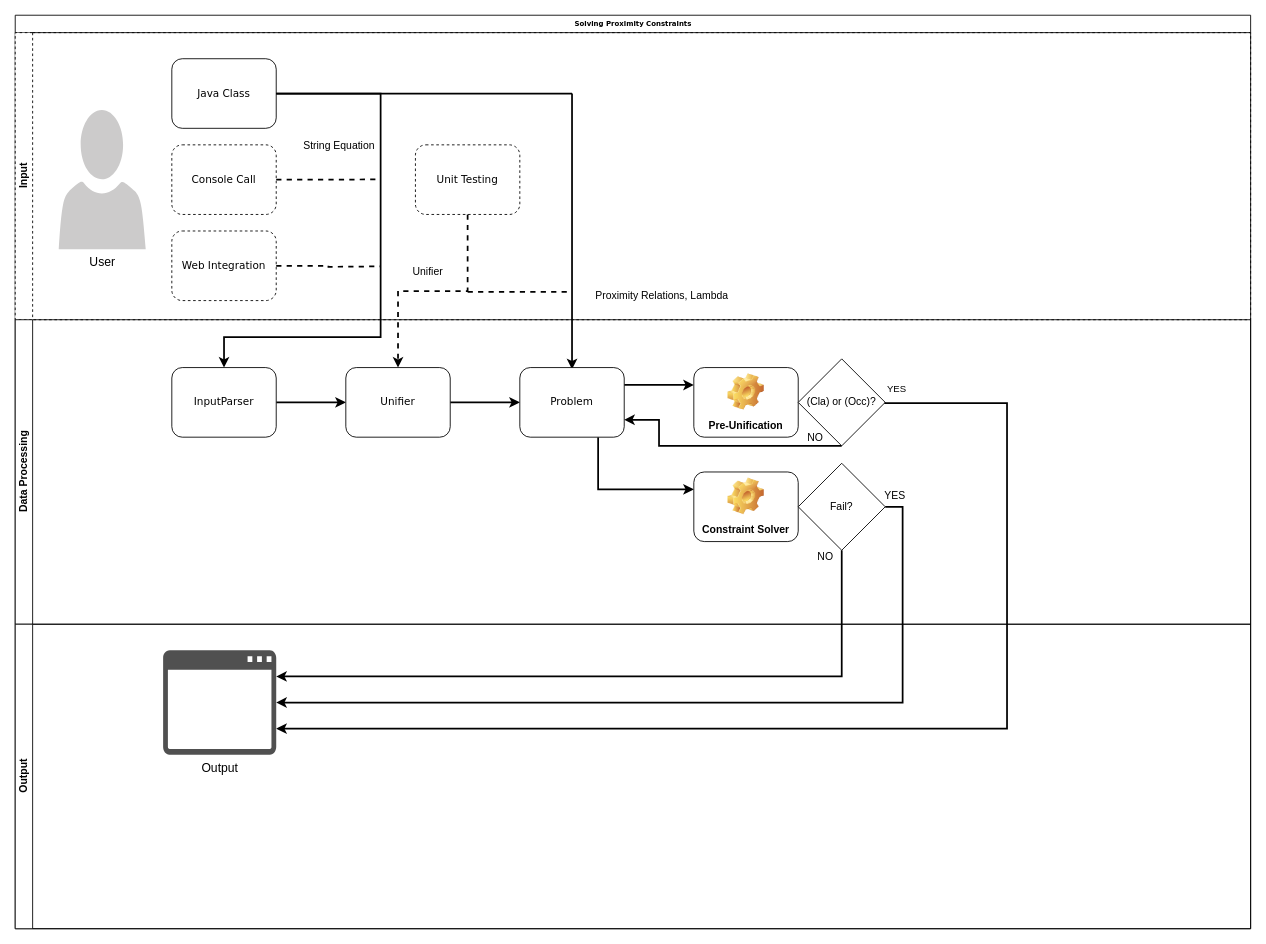
Above: Documentation/WorkFlow.drawio in SophieHofmanninger/Solving-proximity-constraints (draw.io), before the change. Source tidied: cells renumbered, new cells numbered last; positions are measured from the earlier drawing's top-left corner, leaving out a move shared by most shapes. Both pictures are drawn from the tidied source at 87%, with x=0, y=0 at pixel (15, 15).
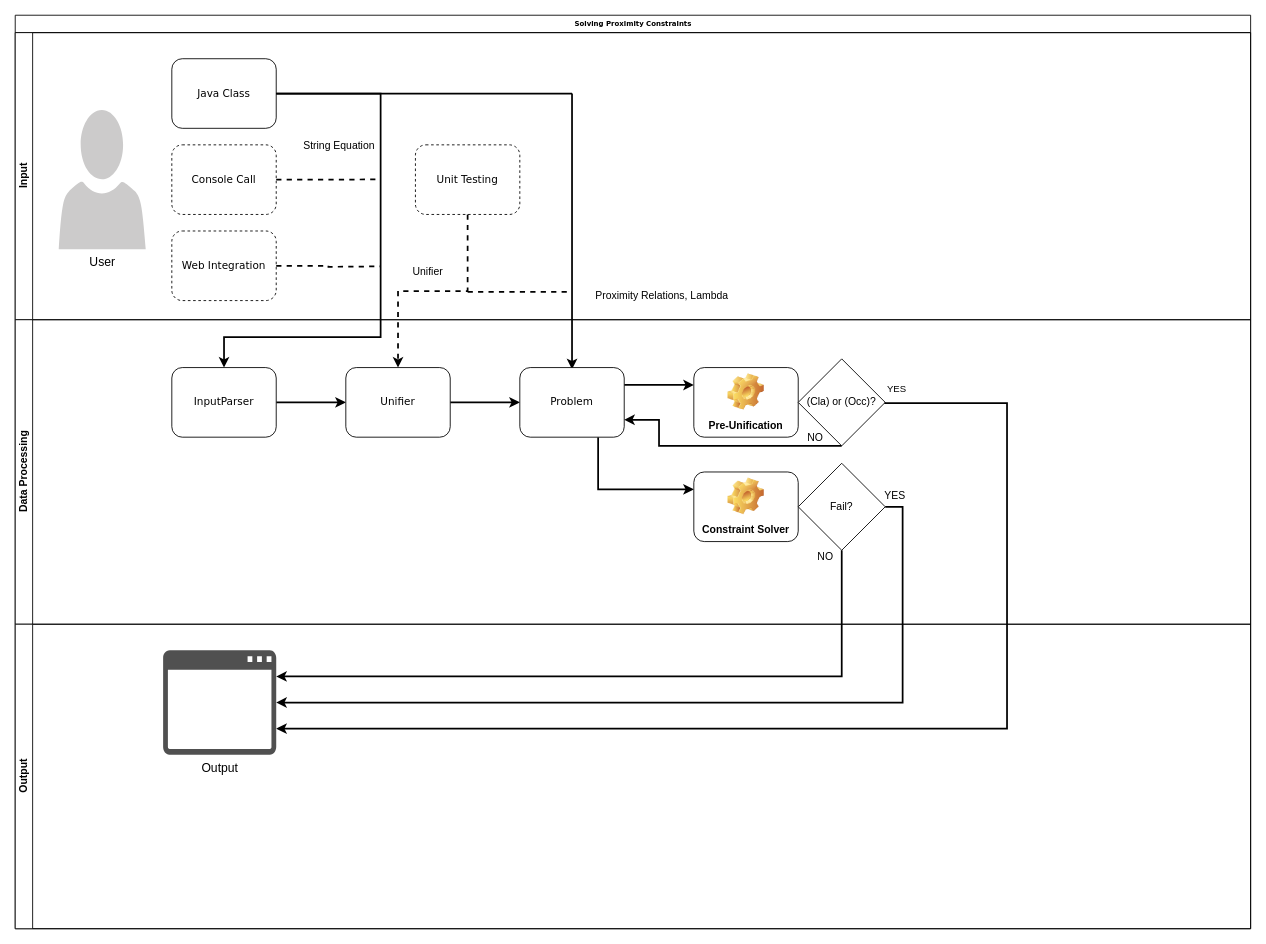
Above is the later version.

The change refers to these unchanged cells:
```xml
<mxCell id="2" value="Solving Proximity Constraints" style="swimlane;html=1;horizontal=1;startSize=20;rounded=0;shadow=0;labelBackgroundColor=none;strokeColor=#000000;strokeWidth=1;fillColor=#ffffff;fontFamily=Verdana;fontSize=8;fontColor=#000000;align=center;" parent="1" vertex="1">
  <mxGeometry width="1420" height="1050" as="geometry" />
</mxCell>
```

Diff of the diagram source:
```diff
@@
-    <mxCell id="3" value="Input" style="swimlane;html=1;startSize=20;horizontal=0;dashed=1;" parent="2" vertex="1">
+    <mxCell id="3" value="Input" style="swimlane;html=1;startSize=20;horizontal=0;" parent="2" vertex="1">
       <mxGeometry y="20" width="1420" height="330" as="geometry" />
     </mxCell>
```
